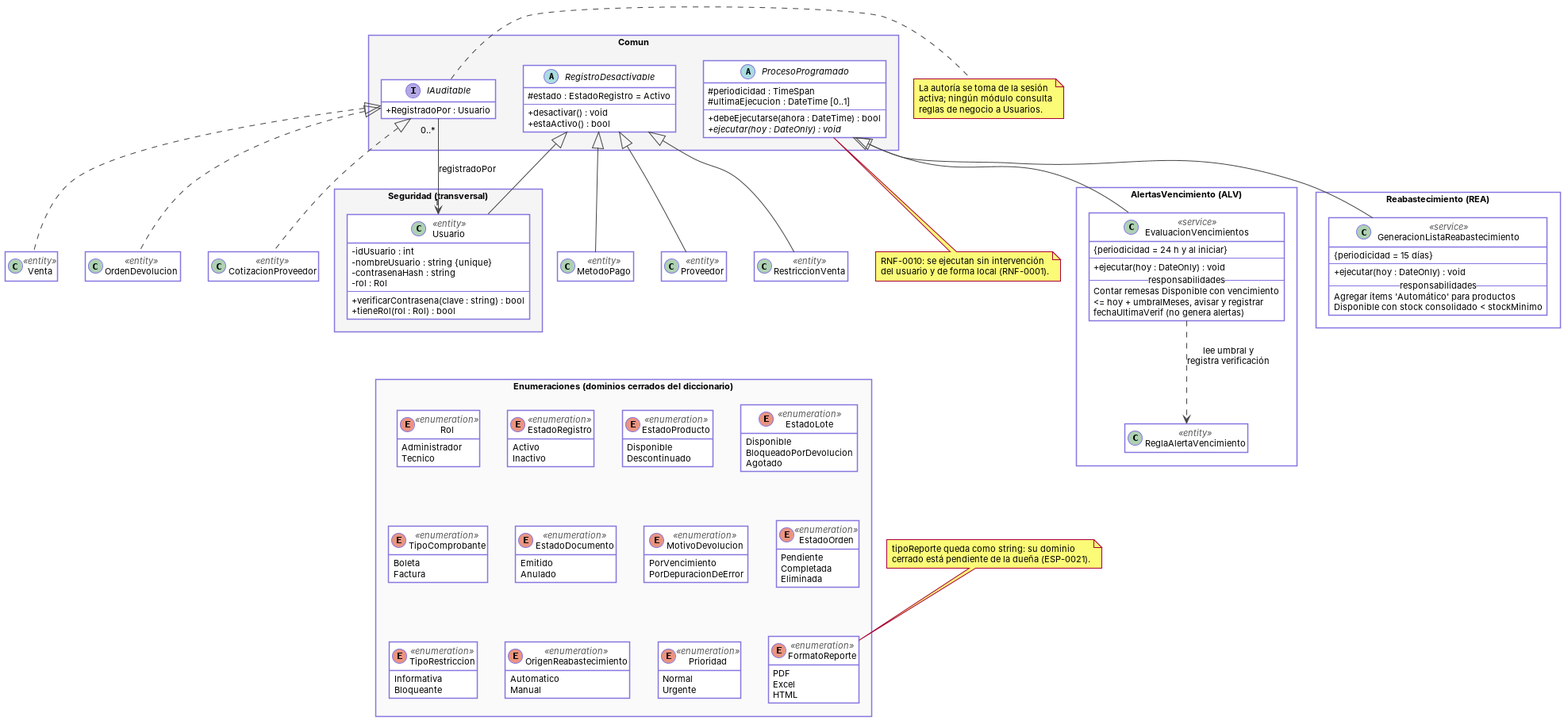
The PlantUML diagram docs/diagramas/VL-03_MecanismosComunes.png in Luis-Ayben-Chahua-Charca/Farmasil_App, before a commit. Its source is kept beside it as docs/diagramas/plaintext-VistaLogica/VL-03_MecanismosComunes.puml.
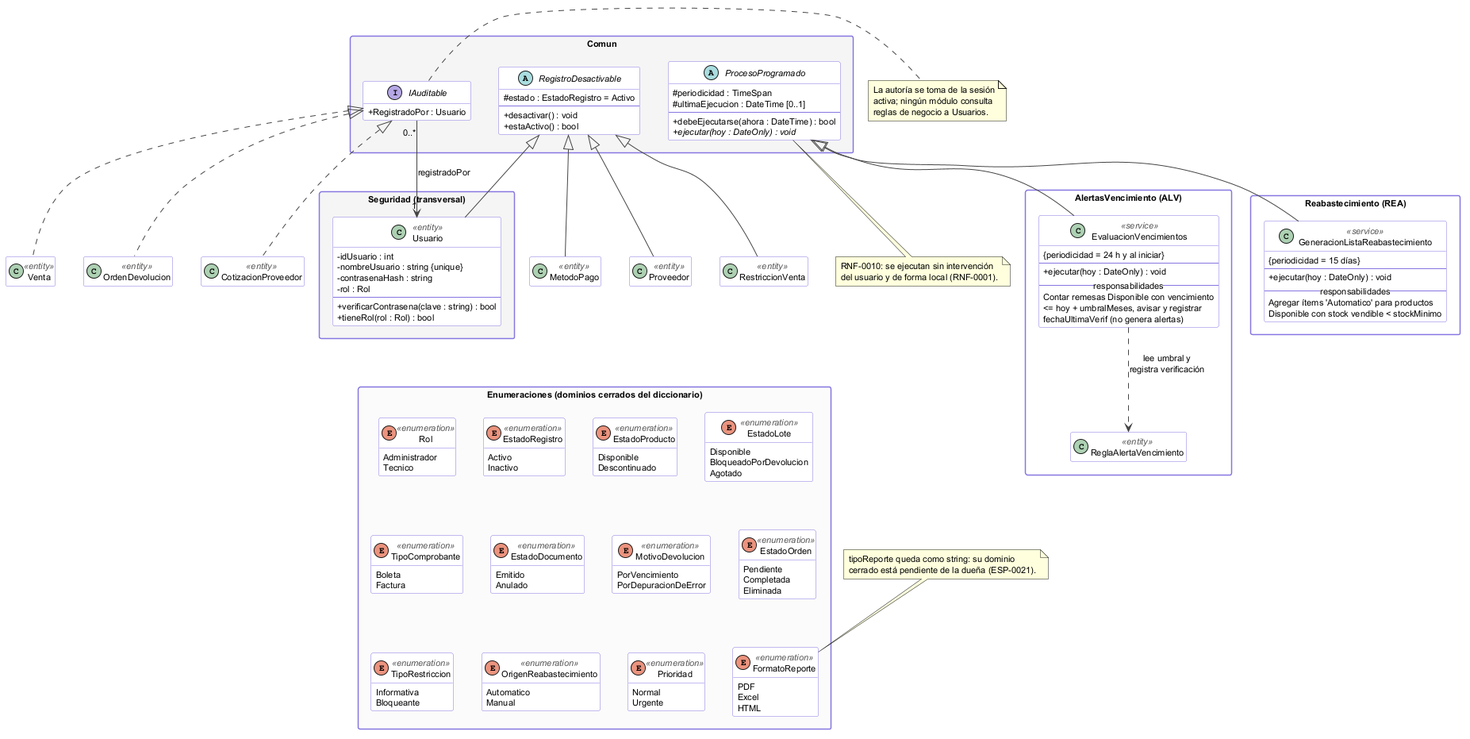
Later version of the same file.

Diff of the diagram source:
```diff
@@ -73,8 +73,8 @@
     --
     + ejecutar(hoy : DateOnly) : void
     -- responsabilidades --
-    Agregar ítems 'Automático' para productos
-    Disponible con stock consolidado < stockMinimo
+    Agregar ítems 'Automatico' para productos
+    Disponible con stock vendible < stockMinimo
   }
 }
 
```
